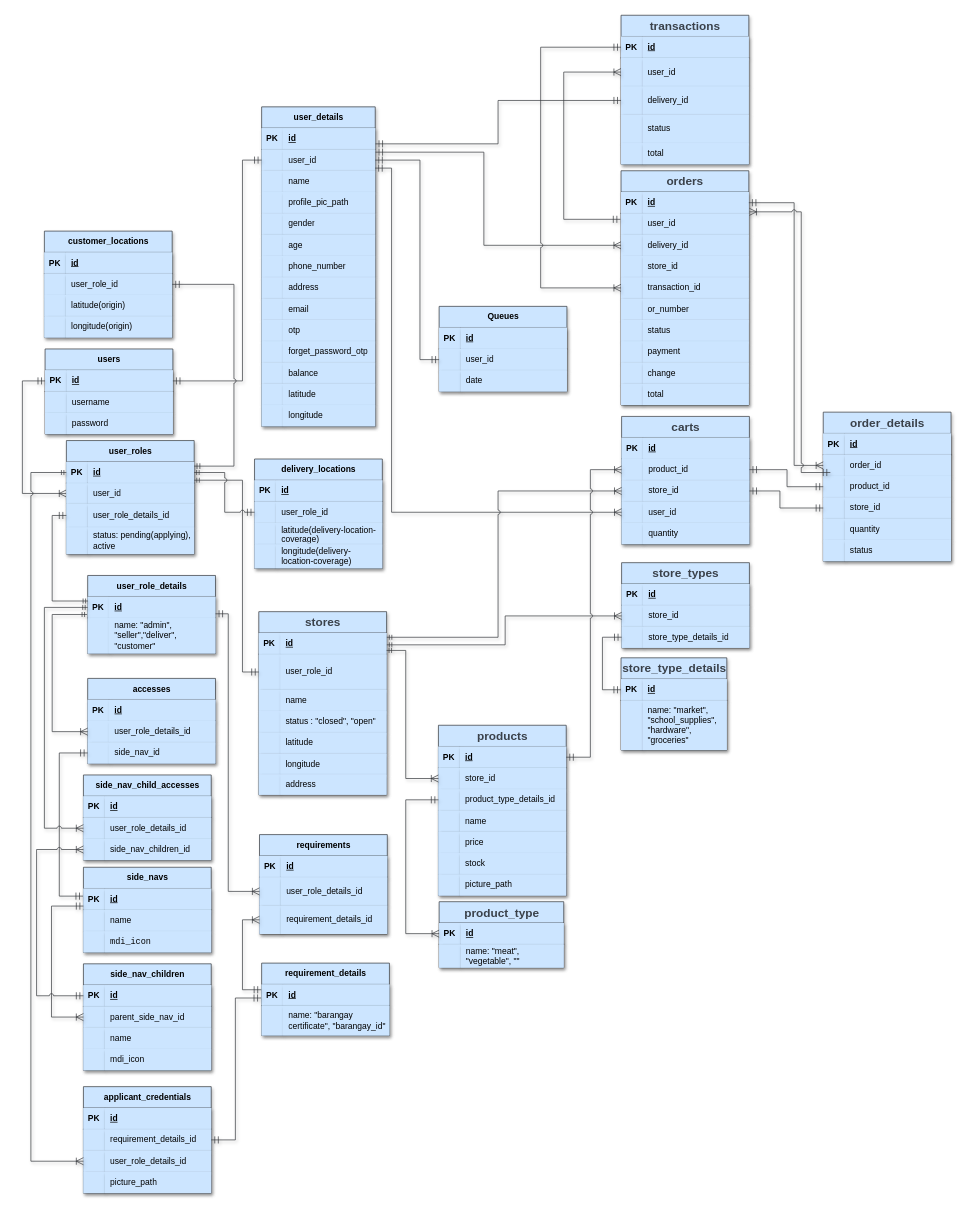
Before: documentation/e-palengke-erd.drawio in DanerisMendoza/e-palengke-back, a draw.io diagram. Source tidied: cells renumbered, new cells numbered last; positions are measured from the earlier drawing's top-left corner, leaving out a move shared by most shapes. Both pictures are drawn from the tidied source at 71%, with x=0, y=0 at pixel (22, 15).
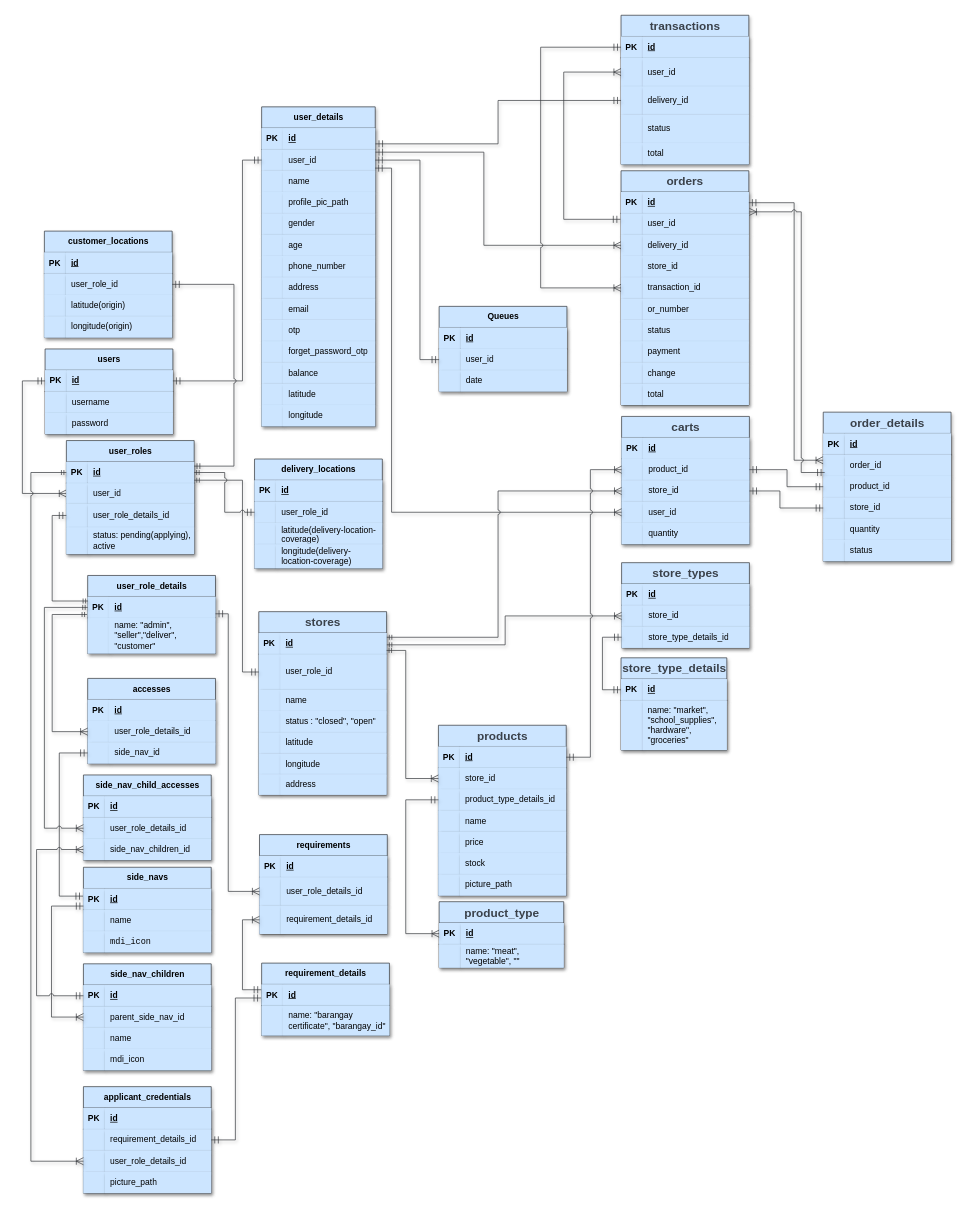
Above is the later version.

Unchanged cells that the change refers to:
```xml
<mxCell id="244" style="shape=tableRow;horizontal=0;startSize=0;swimlaneHead=0;swimlaneBody=0;fillColor=#cce5ff;points=[[0,0.5],[1,0.5]];portConstraint=eastwest;top=0;left=0;right=0;bottom=0;shadow=1;strokeColor=#36393d;" parent="240" vertex="1">
  <mxGeometry y="60" width="180" height="30" as="geometry" />
</mxCell>
<mxCell id="260" style="shape=tableRow;horizontal=0;startSize=0;swimlaneHead=0;swimlaneBody=0;fillColor=#cce5ff;points=[[0,0.5],[1,0.5]];portConstraint=eastwest;top=0;left=0;right=0;bottom=1;shadow=1;strokeColor=#36393d;" parent="259" vertex="1">
  <mxGeometry y="30" width="180" height="30" as="geometry" />
</mxCell>
```

What changed in the source:
```diff
@@
-    <mxCell id="293" style="fontSize=12;html=1;endArrow=ERoneToMany;startArrow=ERmandOne;rounded=0;startSize=8;endSize=8;endFill=0;jumpStyle=arc;entryX=0;entryY=0.5;entryDx=0;entryDy=0;exitX=1;exitY=0.5;exitDx=0;exitDy=0;edgeStyle=elbowEdgeStyle;shadow=1;fillColor=#cce5ff;strokeColor=#36393d;" parent="1" edge="1" source="260" target="244">
+    <mxCell id="293" style="fontSize=12;html=1;endArrow=ERoneToMany;startArrow=ERmandOne;rounded=0;startSize=8;endSize=8;endFill=0;jumpStyle=arc;entryX=-0.001;entryY=0.257;entryDx=0;entryDy=0;exitX=1;exitY=0.5;exitDx=0;exitDy=0;edgeStyle=elbowEdgeStyle;shadow=1;fillColor=#cce5ff;strokeColor=#36393d;entryPerimeter=0;" parent="1" edge="1" source="260" target="244">
       <mxGeometry relative="1" as="geometry">
         <Array as="points">
           <mxPoint x="1087" y="482" />
         </Array>
       </mxGeometry>
     </mxCell>
@@
-    <mxCell id="361" style="fontSize=12;html=1;endArrow=ERoneToMany;startArrow=ERmandOne;rounded=0;startSize=8;endSize=8;endFill=0;jumpStyle=arc;entryX=1.004;entryY=0.929;entryDx=0;entryDy=0;exitX=1;exitY=0.5;exitDx=0;exitDy=0;edgeStyle=elbowEdgeStyle;shadow=1;fillColor=#cce5ff;strokeColor=#36393d;entryPerimeter=0;" parent="1" edge="1" target="260">
+    <mxCell id="361" style="fontSize=12;html=1;endArrow=ERoneToMany;startArrow=ERmandOne;rounded=0;startSize=8;endSize=8;endFill=0;jumpStyle=arc;entryX=1.004;entryY=0.929;entryDx=0;entryDy=0;edgeStyle=elbowEdgeStyle;shadow=1;fillColor=#cce5ff;strokeColor=#36393d;entryPerimeter=0;" parent="1" edge="1" target="260">
       <mxGeometry relative="1" as="geometry">
-        <mxPoint x="1138" y="644" as="sourcePoint" />
+        <mxPoint x="1130" y="644" as="sourcePoint" />
         <Array as="points">
           <mxPoint x="1097" y="492" />
         </Array>
       </mxGeometry>
     </mxCell>
```
